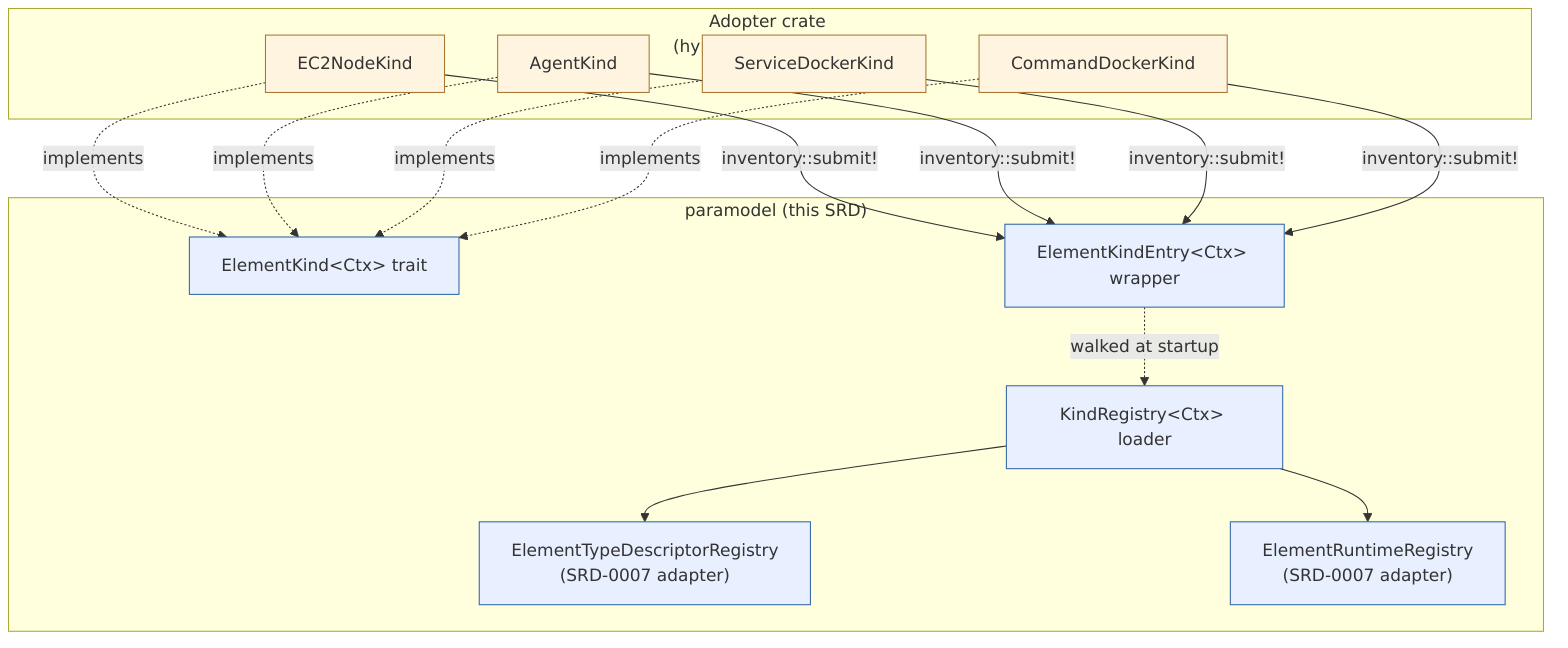
nosqlbench/hyperplane-rs keeps this Mermaid diagram as docs/design/diagrams/SRD-0014/bundling-flow.png. Above is the earlier version. Its source is kept beside it as docs/design/diagrams/SRD-0014/bundling-flow.mmd. The source it was exported from:
```mermaid
flowchart TB
    subgraph Paramodel ["paramodel (this SRD)"]
        direction TB
        Trait["ElementKind&lt;Ctx&gt; trait"]
        Entry["ElementKindEntry&lt;Ctx&gt; wrapper"]
        Loader["KindRegistry&lt;Ctx&gt; loader"]
        Adapt1["ElementTypeDescriptorRegistry<br/>(SRD-0007 adapter)"]
        Adapt2["ElementRuntimeRegistry<br/>(SRD-0007 adapter)"]
        Loader --> Adapt1
        Loader --> Adapt2
    end

    subgraph Adopter ["Adopter crate (hyperplane-elements-ec2)"]
        direction TB
        K1["EC2NodeKind"]
        K2["AgentKind"]
        K3["ServiceDockerKind"]
        K4["CommandDockerKind"]
    end

    K1 -- "inventory::submit!" --> Entry
    K2 -- "inventory::submit!" --> Entry
    K3 -- "inventory::submit!" --> Entry
    K4 -- "inventory::submit!" --> Entry
    Entry -. "walked at startup" .-> Loader

    K1 -. "implements" .-> Trait
    K2 -. "implements" .-> Trait
    K3 -. "implements" .-> Trait
    K4 -. "implements" .-> Trait

    classDef paramodel fill:#e8f0ff,stroke:#3366aa
    classDef adopter fill:#fff4e0,stroke:#aa7733
    class Trait,Entry,Loader,Adapt1,Adapt2 paramodel
    class K1,K2,K3,K4 adopter
```
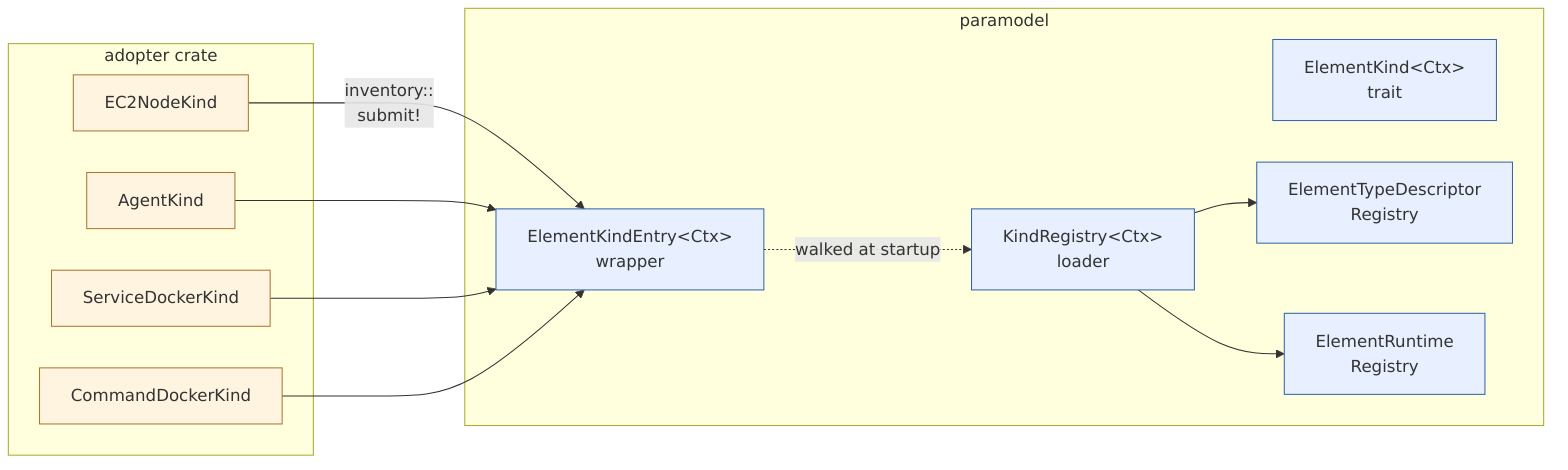
Above is the later version.

Change to the diagram source:
```diff
@@ -1,16 +1,17 @@
-flowchart TB
-    subgraph Paramodel ["paramodel (this SRD)"]
+%%{init: {'flowchart': {'nodeSpacing': 40, 'rankSpacing': 60}}}%%
+flowchart LR
+    subgraph Paramodel ["paramodel"]
         direction TB
-        Trait["ElementKind&lt;Ctx&gt; trait"]
-        Entry["ElementKindEntry&lt;Ctx&gt; wrapper"]
-        Loader["KindRegistry&lt;Ctx&gt; loader"]
-        Adapt1["ElementTypeDescriptorRegistry<br/>(SRD-0007 adapter)"]
-        Adapt2["ElementRuntimeRegistry<br/>(SRD-0007 adapter)"]
+        Trait["ElementKind&lt;Ctx&gt;<br/>trait"]
+        Entry["ElementKindEntry&lt;Ctx&gt;<br/>wrapper"]
+        Loader["KindRegistry&lt;Ctx&gt;<br/>loader"]
+        Adapt1["ElementTypeDescriptor<br/>Registry"]
+        Adapt2["ElementRuntime<br/>Registry"]
         Loader --> Adapt1
         Loader --> Adapt2
     end
 
-    subgraph Adopter ["Adopter crate (hyperplane-elements-ec2)"]
+    subgraph Adopter ["adopter crate"]
         direction TB
         K1["EC2NodeKind"]
         K2["AgentKind"]
@@ -18,16 +19,11 @@
         K4["CommandDockerKind"]
     end
 
-    K1 -- "inventory::submit!" --> Entry
-    K2 -- "inventory::submit!" --> Entry
-    K3 -- "inventory::submit!" --> Entry
-    K4 -- "inventory::submit!" --> Entry
+    K1 -- "inventory::<br/>submit!" --> Entry
+    K2 --> Entry
+    K3 --> Entry
+    K4 --> Entry
     Entry -. "walked at startup" .-> Loader
-
-    K1 -. "implements" .-> Trait
-    K2 -. "implements" .-> Trait
-    K3 -. "implements" .-> Trait
-    K4 -. "implements" .-> Trait
 
     classDef paramodel fill:#e8f0ff,stroke:#3366aa
     classDef adopter fill:#fff4e0,stroke:#aa7733
```
